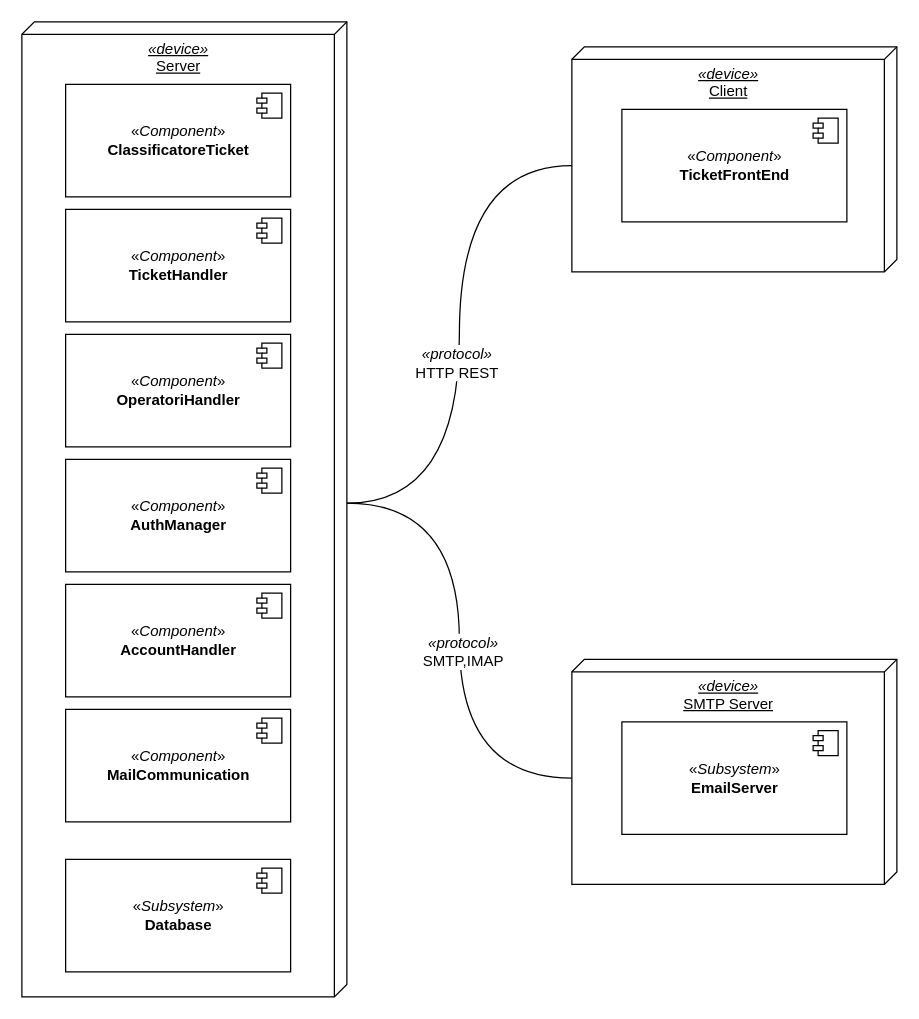
Before: page "Deployment" (4 of 5) of docs/diagrammi.drawio in shxdow/aep, a draw.io diagram. Source tidied: cells renumbered, new cells numbered last; positions are measured from the earlier drawing's top-left corner, leaving out a move shared by most shapes. Both pictures are drawn from the tidied source at 125%, with x=0, y=0 at pixel (21, 21).
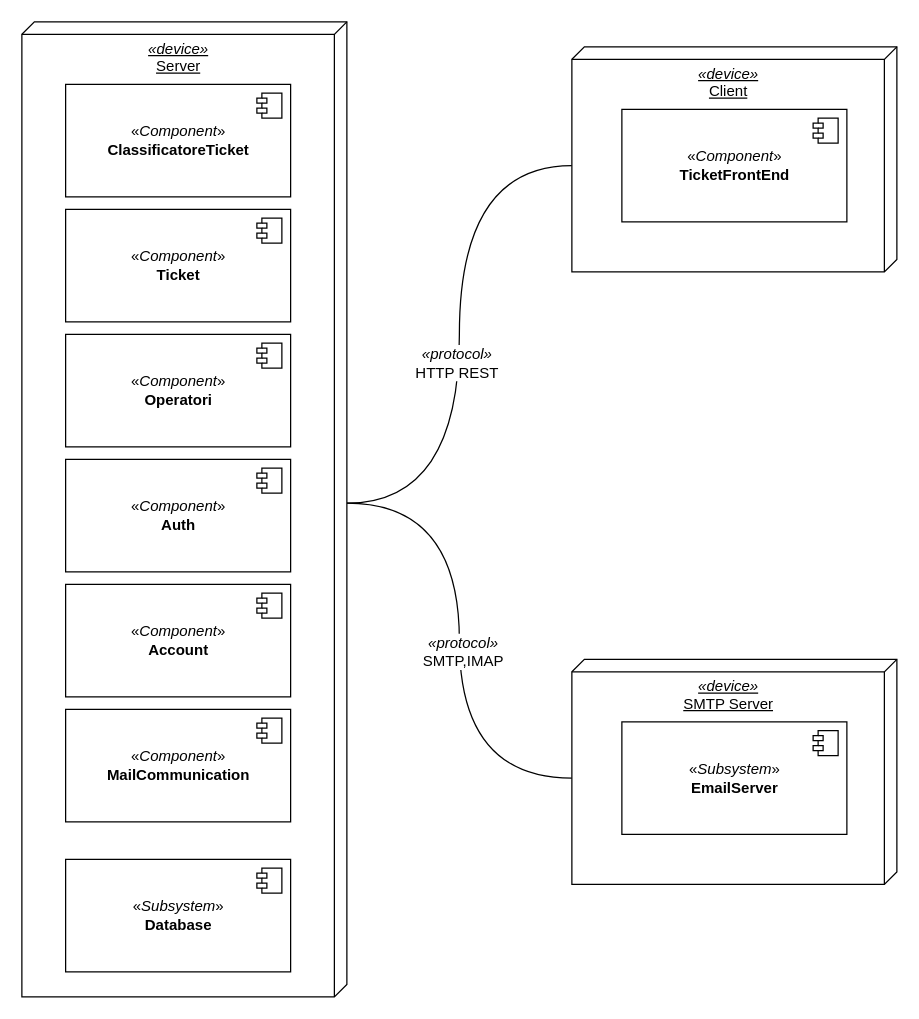
After the change.

The edit, as a diff of the source:
```diff
@@
-    <mxCell id="7" value="«&lt;i&gt;Component&lt;/i&gt;»&lt;br&gt;&lt;b&gt;AuthManager&lt;/b&gt;" style="html=1;" parent="1" vertex="1">
+    <mxCell id="7" value="«&lt;i&gt;Component&lt;/i&gt;»&lt;br&gt;&lt;b&gt;Auth&lt;/b&gt;" style="html=1;" parent="1" vertex="1">
       <mxGeometry x="35" y="350" width="180" height="90" as="geometry" />
     </mxCell>
@@
-    <mxCell id="9" value="«&lt;i&gt;Component&lt;/i&gt;»&lt;br&gt;&lt;b&gt;TicketHandler&lt;/b&gt;" style="html=1;" parent="1" vertex="1">
+    <mxCell id="9" value="«&lt;i&gt;Component&lt;/i&gt;»&lt;br&gt;&lt;b&gt;Ticket&lt;/b&gt;" style="html=1;" parent="1" vertex="1">
       <mxGeometry x="35" y="150" width="180" height="90" as="geometry" />
     </mxCell>
@@
-    <mxCell id="11" value="«&lt;i&gt;Component&lt;/i&gt;»&lt;br&gt;&lt;b&gt;OperatoriHandler&lt;/b&gt;" style="html=1;" parent="1" vertex="1">
+    <mxCell id="11" value="«&lt;i&gt;Component&lt;/i&gt;»&lt;br&gt;&lt;b&gt;Operatori&lt;/b&gt;" style="html=1;" parent="1" vertex="1">
       <mxGeometry x="35" y="250" width="180" height="90" as="geometry" />
     </mxCell>
@@
-    <mxCell id="13" value="«&lt;i&gt;Component&lt;/i&gt;»&lt;br&gt;&lt;b&gt;AccountHandler&lt;/b&gt;" style="html=1;" parent="1" vertex="1">
+    <mxCell id="13" value="«&lt;i&gt;Component&lt;/i&gt;»&lt;br&gt;&lt;b&gt;Account&lt;/b&gt;" style="html=1;" parent="1" vertex="1">
       <mxGeometry x="35" y="450" width="180" height="90" as="geometry" />
     </mxCell>
```
